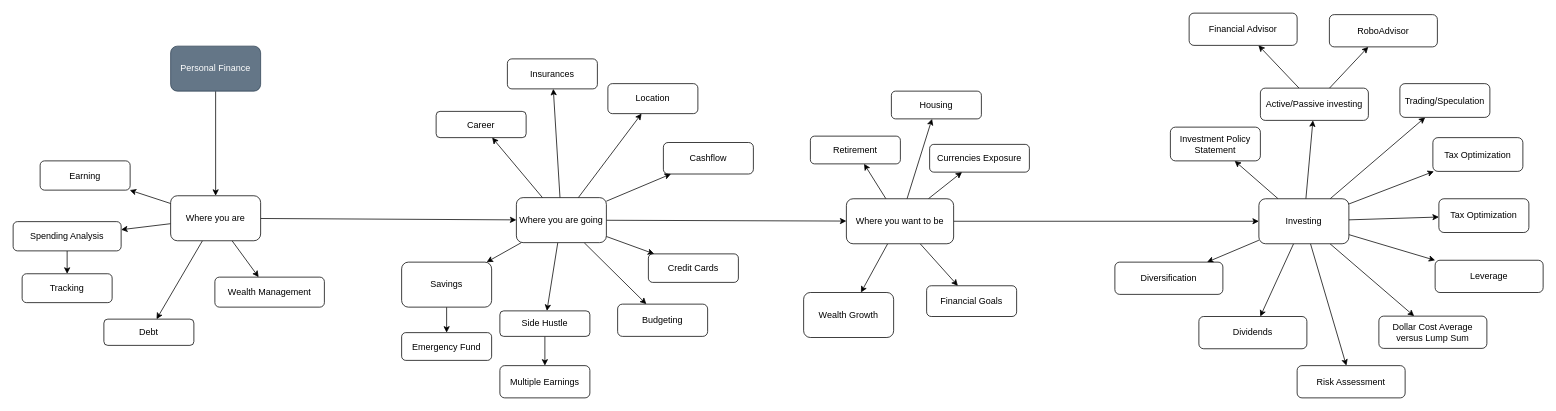
alfonsograziano/personal-blog keeps this draw.io diagram as page "Personal Finance" (3 of 4) of Wellbeing.drawio. Above is the earlier version. Source tidied: cells renumbered, new cells numbered last; positions are measured from the earlier drawing's top-left corner, leaving out a move shared by most shapes. Both pictures are drawn from the tidied source at 75%, with x=0, y=0 at pixel (13, 13).
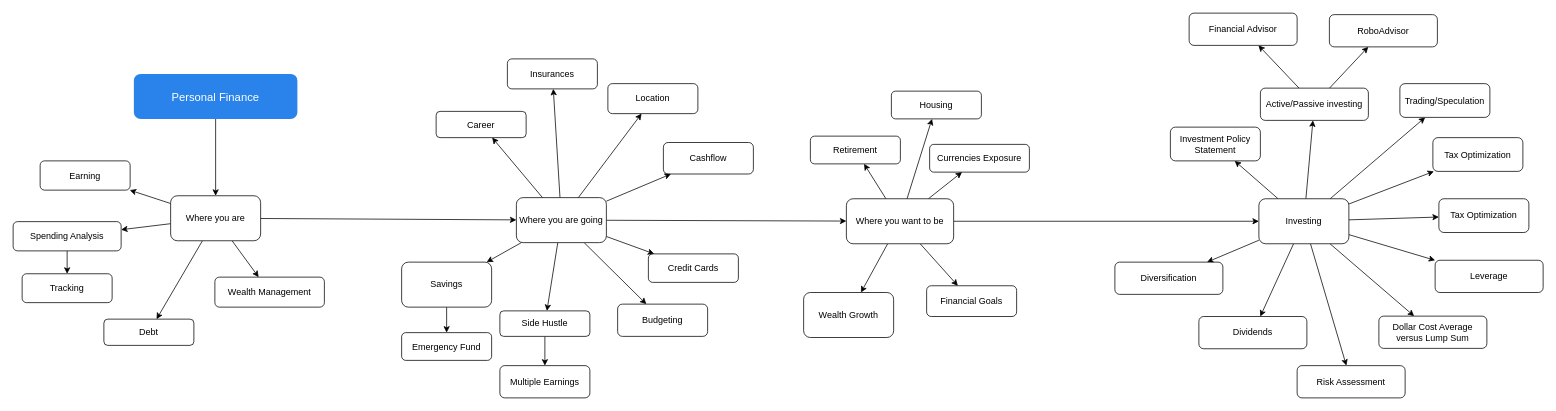
After the change.

What changed in the source:
```diff
@@
-    <mxCell id="3" value="Personal Finance" style="rounded=1;whiteSpace=wrap;html=1;fillColor=#647687;strokeColor=#314354;fontColor=#ffffff;" parent="1" vertex="1">
-      <mxGeometry x="210" y="44" width="120" height="60" as="geometry" />
+    <mxCell id="3" value="Personal Finance" style="rounded=1;whiteSpace=wrap;html=1;fillColor=#2a83eb;strokeColor=none;fontColor=#ffffff;fontSize=15;" parent="1" vertex="1">
+      <mxGeometry x="161" y="81" width="218" height="60" as="geometry" />
     </mxCell>
```
